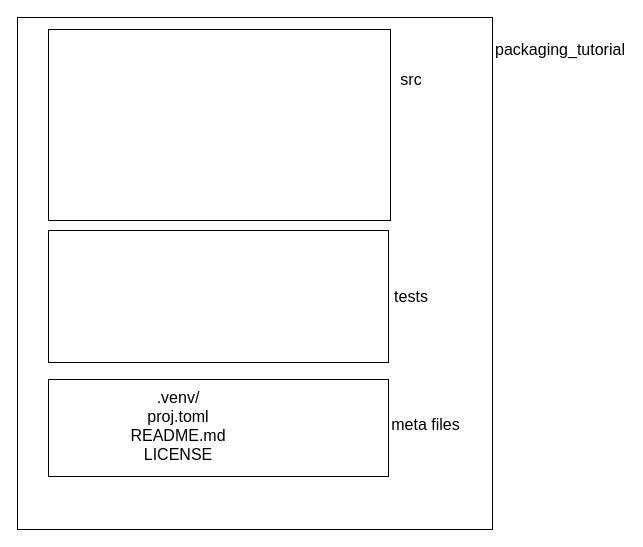
vicrobot/packaging_tutorial keeps this draw.io diagram as packaging_tutorial.drawio. Above is the earlier version. Source tidied: cells renumbered, new cells numbered last; positions are measured from the earlier drawing's top-left corner, leaving out a move shared by most shapes. Both pictures are drawn from the tidied source at 100%, with x=0, y=0 at pixel (17, 17).
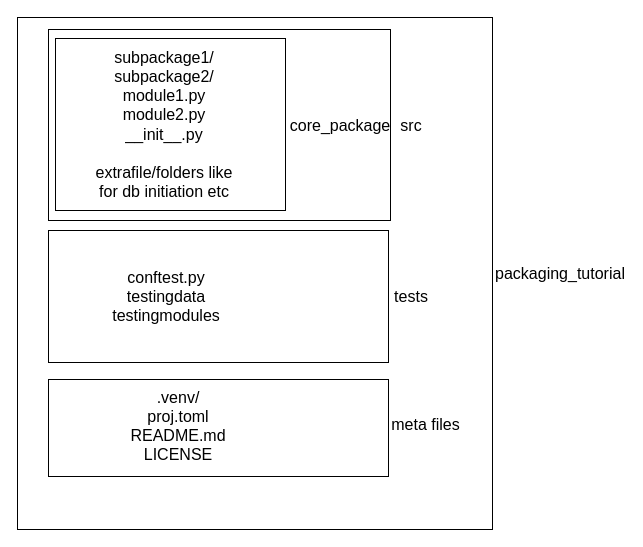
The same page after the edit.

Change to the diagram source:
```diff
@@
 <mxGraphModel>
   <root>
     <mxCell id="0" />
     <mxCell id="1" parent="0" />
     <mxCell id="2" style="rounded=0;whiteSpace=wrap;html=1;fontSize=16;" parent="1" vertex="1">
       <mxGeometry width="475" height="512" as="geometry" />
     </mxCell>
     <mxCell id="3" value="&lt;div&gt;packaging_tutorial&lt;/div&gt;" style="text;strokeColor=none;fillColor=none;html=1;align=center;verticalAlign=middle;whiteSpace=wrap;rounded=0;fontSize=16;" parent="1" vertex="1">
-      <mxGeometry x="513" y="17" width="60" height="30" as="geometry" />
+      <mxGeometry x="513" y="241" width="60" height="30" as="geometry" />
     </mxCell>
     <mxCell id="4" style="rounded=0;whiteSpace=wrap;html=1;fontSize=16;" parent="1" vertex="1">
       <mxGeometry x="31" y="12" width="342" height="191" as="geometry" />
     </mxCell>
     <mxCell id="5" value="&lt;div&gt;src&lt;/div&gt;" style="text;strokeColor=none;fillColor=none;html=1;align=center;verticalAlign=middle;whiteSpace=wrap;rounded=0;fontSize=16;" parent="1" vertex="1">
-      <mxGeometry x="364" y="47" width="60" height="30" as="geometry" />
+      <mxGeometry x="364" y="92.5" width="60" height="30" as="geometry" />
     </mxCell>
     <mxCell id="6" style="rounded=0;whiteSpace=wrap;html=1;fontSize=16;" parent="1" vertex="1">
       <mxGeometry x="31" y="213" width="340" height="132" as="geometry" />
     </mxCell>
     <mxCell id="7" value="tests" style="text;strokeColor=none;fillColor=none;html=1;align=center;verticalAlign=middle;whiteSpace=wrap;rounded=0;fontSize=16;" parent="1" vertex="1">
       <mxGeometry x="364" y="264" width="60" height="30" as="geometry" />
     </mxCell>
     <mxCell id="8" style="rounded=0;whiteSpace=wrap;html=1;fontSize=16;" parent="1" vertex="1">
       <mxGeometry x="31" y="362" width="340" height="97" as="geometry" />
     </mxCell>
     <mxCell id="9" value="&lt;div&gt;meta files&lt;/div&gt;" style="text;strokeColor=none;fillColor=none;html=1;align=center;verticalAlign=middle;whiteSpace=wrap;rounded=0;fontSize=16;" parent="1" vertex="1">
       <mxGeometry x="364" y="392" width="89" height="30" as="geometry" />
     </mxCell>
     <mxCell id="10" style="edgeStyle=none;curved=1;rounded=0;orthogonalLoop=1;jettySize=auto;html=1;entryX=1;entryY=0.5;entryDx=0;entryDy=0;fontSize=12;startSize=8;endSize=8;" parent="1" edge="1" source="9" target="9">
       <mxGeometry relative="1" as="geometry" />
     </mxCell>
     <mxCell id="11" value="&lt;div&gt;.venv/&lt;/div&gt;&lt;div&gt;proj.toml&lt;/div&gt;&lt;div&gt;README.md&lt;/div&gt;&lt;div&gt;LICENSE&lt;/div&gt;&lt;div&gt;&lt;br&gt;&lt;/div&gt;" style="text;strokeColor=none;fillColor=none;html=1;align=center;verticalAlign=middle;whiteSpace=wrap;rounded=0;fontSize=16;" parent="1" vertex="1">
       <mxGeometry x="63" y="383" width="196" height="69" as="geometry" />
     </mxCell>
+    <mxCell id="12" style="rounded=0;whiteSpace=wrap;html=1;fontSize=16;" parent="1" vertex="1">
+      <mxGeometry x="38" y="21" width="230" height="172" as="geometry" />
+    </mxCell>
+    <mxCell id="13" value="core_package" style="text;strokeColor=none;fillColor=none;html=1;align=center;verticalAlign=middle;whiteSpace=wrap;rounded=0;fontSize=16;" parent="1" vertex="1">
+      <mxGeometry x="293" y="92.5" width="60" height="30" as="geometry" />
+    </mxCell>
+    <mxCell id="14" value="&lt;div&gt;subpackage1/&lt;/div&gt;&lt;div&gt;subpackage2/&lt;/div&gt;&lt;div&gt;module1.py&lt;/div&gt;&lt;div&gt;module2.py&lt;/div&gt;&lt;div&gt;__init__.py&lt;/div&gt;&lt;div&gt;&lt;br&gt;&lt;/div&gt;&lt;div&gt;extrafile/folders like for db initiation etc&lt;br&gt;&lt;/div&gt;" style="text;strokeColor=none;fillColor=none;html=1;align=center;verticalAlign=middle;whiteSpace=wrap;rounded=0;fontSize=16;" parent="1" vertex="1">
+      <mxGeometry x="72" y="27" width="150" height="159" as="geometry" />
+    </mxCell>
+    <mxCell id="15" value="&lt;div&gt;conftest.py&lt;/div&gt;&lt;div&gt;testingdata&lt;/div&gt;&lt;div&gt;testingmodules&lt;br&gt;&lt;/div&gt;" style="text;strokeColor=none;fillColor=none;html=1;align=center;verticalAlign=middle;whiteSpace=wrap;rounded=0;fontSize=16;" parent="1" vertex="1">
+      <mxGeometry x="90" y="231" width="118" height="96" as="geometry" />
+    </mxCell>
   </root>
 </mxGraphModel>
```
